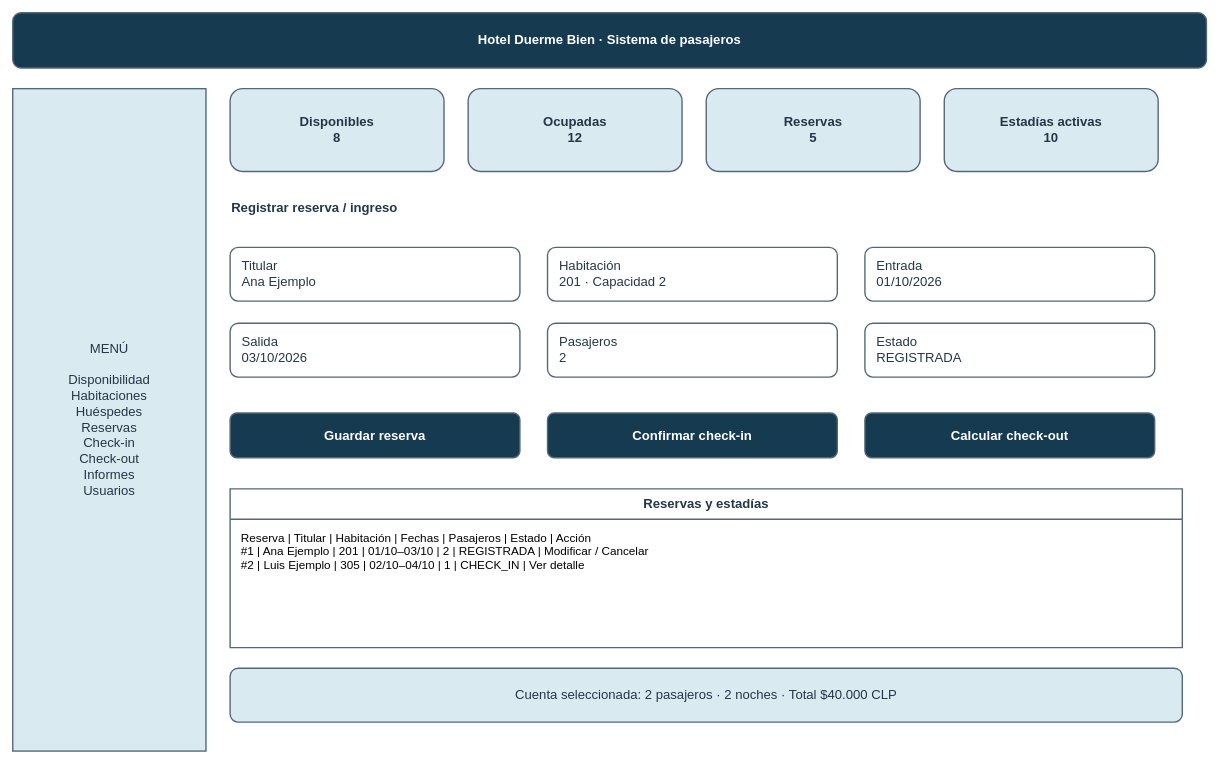
Before: diagramas-editables/mockup-completo.drawio in Yutre3/hotel-duerme-bien, a draw.io diagram. Source tidied: cells renumbered, new cells numbered last; positions are measured from the earlier drawing's top-left corner, leaving out a move shared by most shapes. Both pictures are drawn from the tidied source at 69%, with x=0, y=0 at pixel (12, 12).
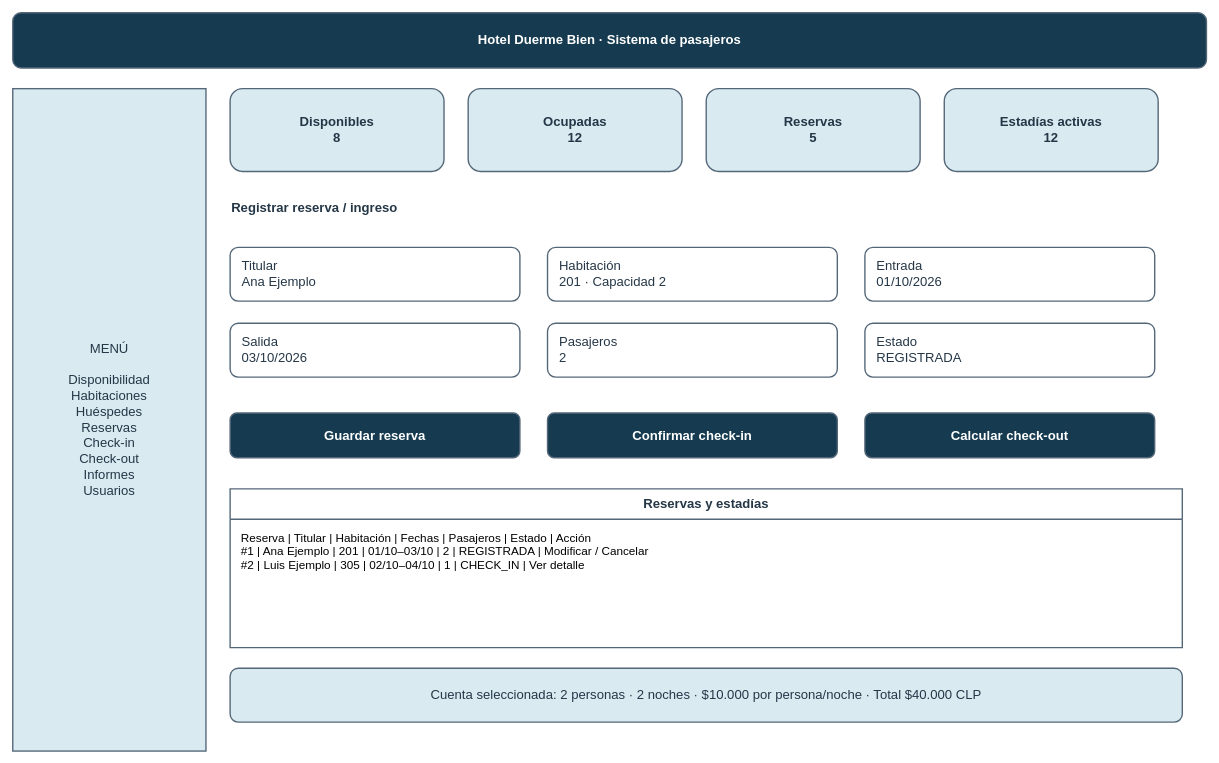
The same page after the edit.

Diff of the diagram source:
```diff
@@
-    <mxCell id="7" value="Estadías activas&#10;10" style="rounded=1;html=0;whiteSpace=wrap;strokeColor=#546778;strokeWidth=2;fillColor=#d9eaf1;fontColor=#253747;fontSize=19;fontStyle=1;" parent="1" vertex="1">
+    <mxCell id="7" value="Estadías activas&#10;12" style="rounded=1;html=0;whiteSpace=wrap;strokeColor=#546778;strokeWidth=2;fillColor=#d9eaf1;fontColor=#253747;fontSize=19;fontStyle=1;" parent="1" vertex="1">
       <mxGeometry x="1350" y="110" width="310" height="120" as="geometry" />
     </mxCell>
@@
-    <mxCell id="20" value="Cuenta seleccionada: 2 pasajeros · 2 noches · Total $40.000 CLP" style="rounded=1;html=0;whiteSpace=wrap;strokeColor=#546778;strokeWidth=2;fillColor=#d9eaf1;fontColor=#253747;fontSize=19;" parent="1" vertex="1">
+    <mxCell id="20" value="Cuenta seleccionada: 2 personas · 2 noches · $10.000 por persona/noche · Total $40.000 CLP" style="rounded=1;html=0;whiteSpace=wrap;strokeColor=#546778;strokeWidth=2;fillColor=#d9eaf1;fontColor=#253747;fontSize=19;" parent="1" vertex="1">
       <mxGeometry x="315" y="950" width="1380" height="78" as="geometry" />
     </mxCell>
```
